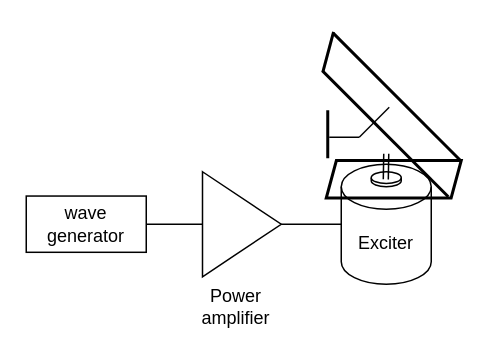
Earlier version of the draw.io diagram wave generator.drawio (qyu38/DL-paper). Source tidied: cells renumbered, new cells numbered last; positions are measured from the earlier drawing's top-left corner, leaving out a move shared by most shapes. Both pictures are drawn from the tidied source at 150%, with x=0, y=0 at pixel (26, 44).
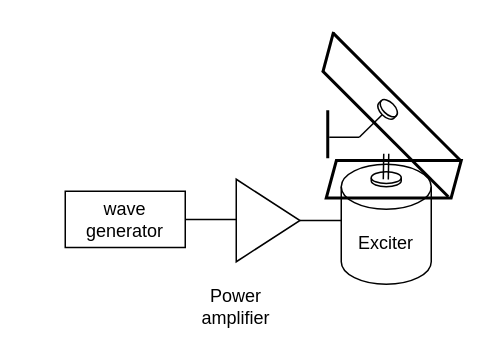
Above is the later version.

Change to the diagram source:
```diff
@@
     <mxCell id="3" value="wave generator" style="rounded=0;whiteSpace=wrap;html=1;" parent="1" vertex="1">
-      <mxGeometry y="101.2" width="80" height="37.5" as="geometry" />
+      <mxGeometry x="26" y="98" width="80" height="37.5" as="geometry" />
     </mxCell>
@@
     <mxCell id="5" style="triangle;whiteSpace=wrap;html=1;" parent="1" vertex="1">
-      <mxGeometry x="117.5" y="85" width="52.5" height="70" as="geometry" />
+      <mxGeometry x="140" y="90" width="42.5" height="55" as="geometry" />
     </mxCell>
@@
-    <mxCell id="14" style="endArrow=none;html=1;rounded=0;" parent="1" edge="1">
+    <mxCell id="14" style="endArrow=none;html=1;rounded=0;" parent="1" edge="1" source="18">
       <mxGeometry relative="1" as="geometry">
-        <mxPoint x="222" y="62" as="sourcePoint" />
         <mxPoint x="242" y="42" as="targetPoint" />
       </mxGeometry>
     </mxCell>
@@
+    <mxCell id="17" style="endArrow=none;html=1;rounded=0;" parent="1" edge="1" target="18">
+      <mxGeometry relative="1" as="geometry">
+        <mxPoint x="222" y="62" as="sourcePoint" />
+      </mxGeometry>
+    </mxCell>
+    <mxCell id="18" style="shape=cylinder3;whiteSpace=wrap;html=1;boundedLbl=1;backgroundOutline=1;size=3.915486080545861;rotation=45;" parent="1" vertex="1">
+      <mxGeometry x="233.8" y="38.4" width="14.2" height="10.1" as="geometry" />
+    </mxCell>
```
